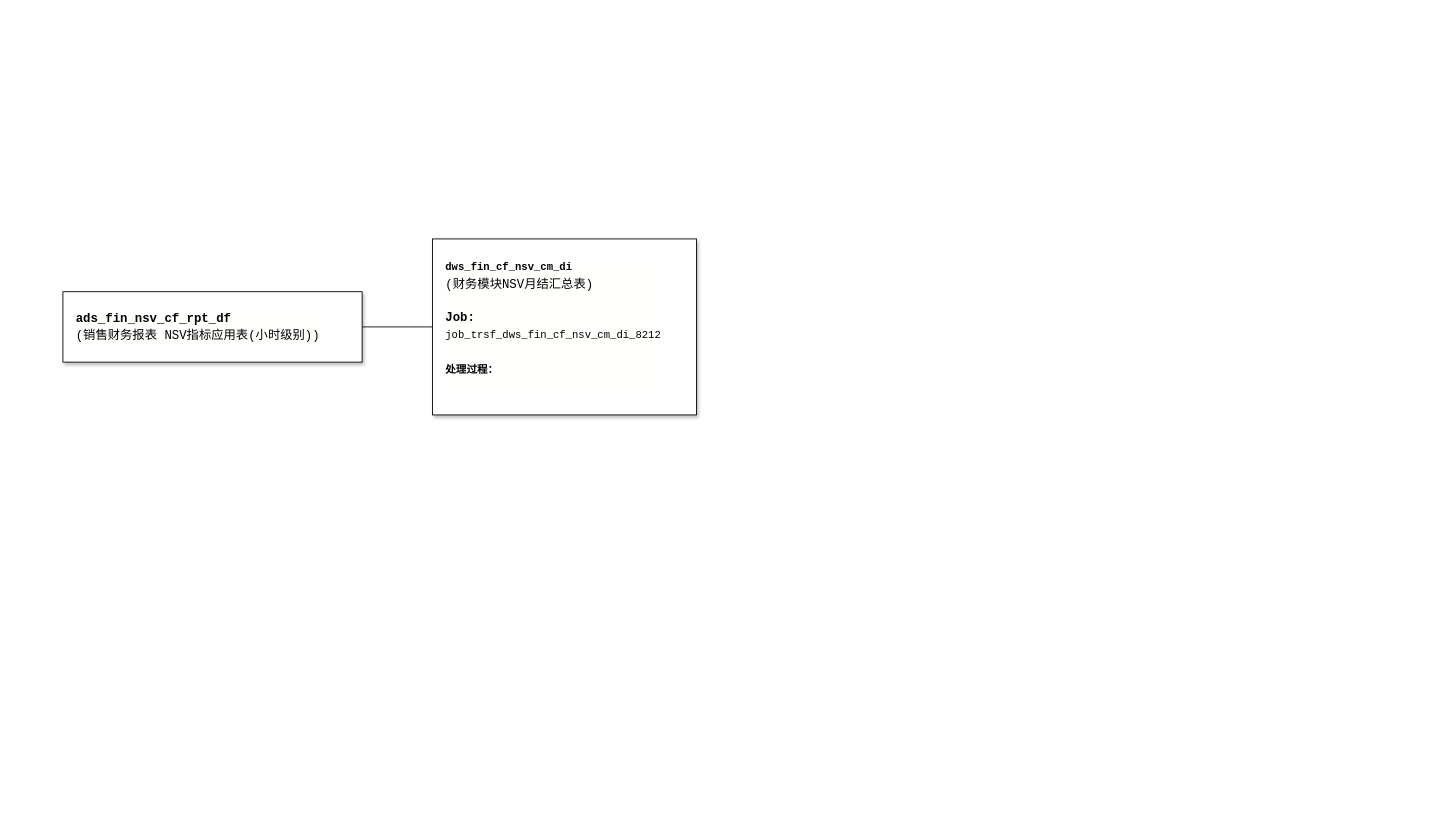
This is vitasoy-fin-nsv.drawio from fsJerryChan/fsJerryChan, a draw.io file, before an edit. Source tidied: cells renumbered, new cells numbered last; positions are measured from the earlier drawing's top-left corner, leaving out a move shared by most shapes. Both pictures are drawn from the tidied source at 88%, with x=0, y=0 at pixel (62, 238).
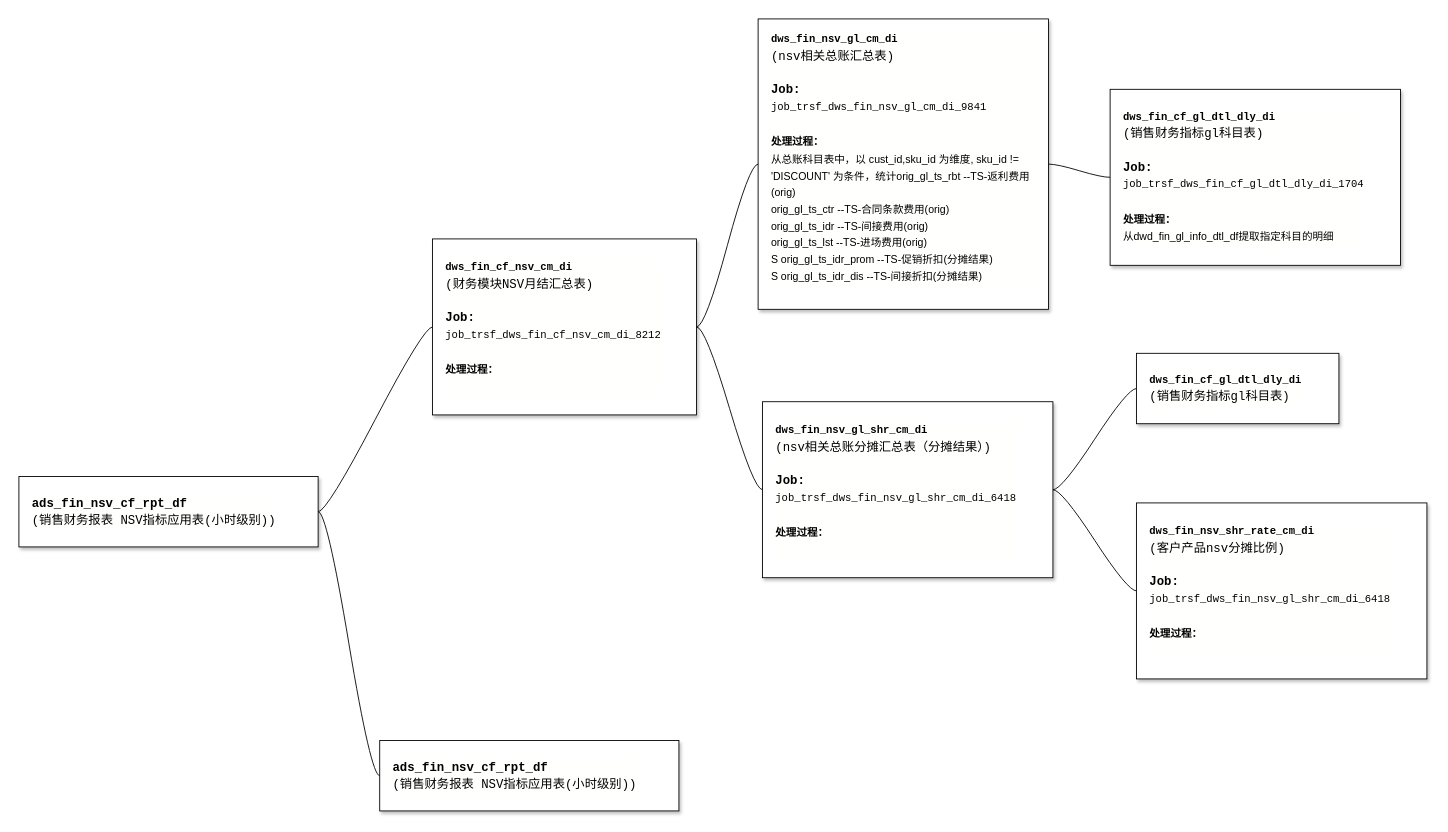
The same page after the edit.

What changed in the source:
```diff
@@
 <mxGraphModel>
   <root>
     <mxCell id="0" />
     <mxCell id="1" parent="0" />
     <mxCell id="2" style="edgeStyle=entityRelationEdgeStyle;rounded=0;jettySize=auto;html=1;startArrow=none;endArrow=none;segment=10;curved=1;sourcePerimeterSpacing=0;targetPerimeterSpacing=0;" parent="1" edge="1" source="3" target="4">
       <mxGeometry relative="1" as="geometry" />
     </mxCell>
+    <mxCell id="5" style="edgeStyle=entityRelationEdgeStyle;rounded=0;jettySize=auto;html=1;startArrow=none;endArrow=none;segment=10;curved=1;sourcePerimeterSpacing=0;targetPerimeterSpacing=0;" parent="1" edge="1" source="3" target="11">
+      <mxGeometry relative="1" as="geometry" />
+    </mxCell>
     <mxCell id="3" value="&lt;div style=&quot;background-color: rgb(255, 255, 254); font-family: Consolas, &amp;quot;Courier New&amp;quot;, monospace; font-size: 14px; line-height: 19px;&quot;&gt;&lt;b&gt;ads_fin_nsv_cf_rpt_df&lt;/b&gt;&lt;/div&gt;&lt;div style=&quot;background-color: rgb(255, 255, 254); font-family: Consolas, &amp;quot;Courier New&amp;quot;, monospace; font-size: 14px; line-height: 19px;&quot;&gt;(销售财务报表 NSV指标应用表(小时级别))&lt;/div&gt;" style="whiteSpace=wrap;html=1;rounded=0;arcSize=50;align=left;verticalAlign=middle;strokeWidth=1;spacing=15;newEdgeStyle={&quot;edgeStyle&quot;:&quot;entityRelationEdgeStyle&quot;,&quot;startArrow&quot;:&quot;none&quot;,&quot;endArrow&quot;:&quot;none&quot;,&quot;segment&quot;:10,&quot;curved&quot;:1,&quot;sourcePerimeterSpacing&quot;:0,&quot;targetPerimeterSpacing&quot;:0};shadow=1;" parent="1" vertex="1">
-      <mxGeometry y="60" width="340" height="80" as="geometry" />
+      <mxGeometry x="-50" y="270" width="340" height="80" as="geometry" />
     </mxCell>
+    <mxCell id="6" style="edgeStyle=entityRelationEdgeStyle;rounded=0;jettySize=auto;html=1;startArrow=none;endArrow=none;segment=10;curved=1;sourcePerimeterSpacing=0;targetPerimeterSpacing=0;" parent="1" edge="1" source="4" target="9">
+      <mxGeometry relative="1" as="geometry" />
+    </mxCell>
+    <mxCell id="7" style="edgeStyle=entityRelationEdgeStyle;rounded=0;jettySize=auto;html=1;startArrow=none;endArrow=none;segment=10;curved=1;sourcePerimeterSpacing=0;targetPerimeterSpacing=0;" parent="1" edge="1" source="4" target="14">
+      <mxGeometry relative="1" as="geometry" />
+    </mxCell>
     <mxCell id="4" value="&lt;div style=&quot;background-color: rgb(255, 255, 254); line-height: 19px;&quot;&gt;&lt;font face=&quot;Consolas, Courier New, monospace&quot;&gt;&lt;b&gt;dws_fin_cf_nsv_cm_di&lt;/b&gt;&lt;/font&gt;&lt;br&gt;&lt;/div&gt;&lt;div style=&quot;background-color: rgb(255, 255, 254); font-family: Consolas, &amp;quot;Courier New&amp;quot;, monospace; font-size: 14px; line-height: 19px;&quot;&gt;(财务模块NSV月结汇总表)&lt;/div&gt;&lt;div style=&quot;background-color: rgb(255, 255, 254); font-family: Consolas, &amp;quot;Courier New&amp;quot;, monospace; font-size: 14px; line-height: 19px;&quot;&gt;&lt;br&gt;&lt;/div&gt;&lt;div style=&quot;background-color: rgb(255, 255, 254); font-family: Consolas, &amp;quot;Courier New&amp;quot;, monospace; font-size: 14px; line-height: 19px;&quot;&gt;&lt;b&gt;Job:&lt;/b&gt;&lt;/div&gt;&lt;div style=&quot;background-color: rgb(255, 255, 254); line-height: 19px;&quot;&gt;&lt;font face=&quot;Consolas, Courier New, monospace&quot;&gt;job_trsf_dws_fin_cf_nsv_cm_di_8212&lt;/font&gt;&lt;br&gt;&lt;/div&gt;&lt;div style=&quot;background-color: rgb(255, 255, 254); line-height: 19px;&quot;&gt;&lt;font face=&quot;Consolas, Courier New, monospace&quot;&gt;&lt;br&gt;&lt;/font&gt;&lt;/div&gt;&lt;div style=&quot;background-color: rgb(255, 255, 254); line-height: 19px;&quot;&gt;&lt;font face=&quot;Consolas, Courier New, monospace&quot;&gt;&lt;b&gt;处理过程：&lt;/b&gt;&lt;/font&gt;&lt;/div&gt;&lt;div style=&quot;background-color: rgb(255, 255, 254); line-height: 19px;&quot;&gt;&lt;br&gt;&lt;/div&gt;" style="whiteSpace=wrap;html=1;rounded=0;arcSize=50;align=left;verticalAlign=middle;strokeWidth=1;spacing=15;newEdgeStyle={&quot;edgeStyle&quot;:&quot;entityRelationEdgeStyle&quot;,&quot;startArrow&quot;:&quot;none&quot;,&quot;endArrow&quot;:&quot;none&quot;,&quot;segment&quot;:10,&quot;curved&quot;:1,&quot;sourcePerimeterSpacing&quot;:0,&quot;targetPerimeterSpacing&quot;:0};shadow=1;" parent="1" vertex="1">
       <mxGeometry x="420" width="300" height="200" as="geometry" />
     </mxCell>
+    <mxCell id="8" style="edgeStyle=entityRelationEdgeStyle;rounded=0;jettySize=auto;html=1;startArrow=none;endArrow=none;segment=10;curved=1;sourcePerimeterSpacing=0;targetPerimeterSpacing=0;" parent="1" edge="1" source="9" target="10">
+      <mxGeometry relative="1" as="geometry" />
+    </mxCell>
+    <mxCell id="9" value="&lt;div style=&quot;background-color: rgb(255, 255, 254); line-height: 19px;&quot;&gt;&lt;font face=&quot;Consolas, Courier New, monospace&quot;&gt;&lt;b&gt;dws_fin_nsv_gl_cm_di&lt;/b&gt;&lt;/font&gt;&lt;br&gt;&lt;/div&gt;&lt;div style=&quot;background-color: rgb(255, 255, 254); font-family: Consolas, &amp;quot;Courier New&amp;quot;, monospace; font-size: 14px; line-height: 19px;&quot;&gt;(nsv相关总账汇总表)&lt;/div&gt;&lt;div style=&quot;background-color: rgb(255, 255, 254); font-family: Consolas, &amp;quot;Courier New&amp;quot;, monospace; font-size: 14px; line-height: 19px;&quot;&gt;&lt;br&gt;&lt;/div&gt;&lt;div style=&quot;background-color: rgb(255, 255, 254); font-family: Consolas, &amp;quot;Courier New&amp;quot;, monospace; font-size: 14px; line-height: 19px;&quot;&gt;&lt;b&gt;Job:&lt;/b&gt;&lt;/div&gt;&lt;div style=&quot;background-color: rgb(255, 255, 254); line-height: 19px;&quot;&gt;&lt;font face=&quot;Consolas, Courier New, monospace&quot;&gt;job_trsf_dws_fin_nsv_gl_cm_di_9841&lt;/font&gt;&lt;br&gt;&lt;/div&gt;&lt;div style=&quot;background-color: rgb(255, 255, 254); line-height: 19px;&quot;&gt;&lt;font face=&quot;Consolas, Courier New, monospace&quot;&gt;&lt;br&gt;&lt;/font&gt;&lt;/div&gt;&lt;div style=&quot;background-color: rgb(255, 255, 254); line-height: 19px;&quot;&gt;&lt;font face=&quot;Consolas, Courier New, monospace&quot;&gt;&lt;b&gt;处理过程：&lt;/b&gt;&lt;/font&gt;&lt;/div&gt;&lt;div style=&quot;background-color: rgb(255, 255, 254); line-height: 19px;&quot;&gt;从总账科目表中，以 cust_id,sku_id 为维度, sku_id != 'DISCOUNT' 为条件，统计orig_gl_ts_rbt --TS-返利费用(orig)&lt;/div&gt;&lt;div style=&quot;background-color: rgb(255, 255, 254); line-height: 19px;&quot;&gt;orig_gl_ts_ctr --TS-合同条款费用(orig)&lt;/div&gt;&lt;div style=&quot;background-color: rgb(255, 255, 254); line-height: 19px;&quot;&gt;orig_gl_ts_idr --TS-间接费用(orig)&lt;/div&gt;&lt;div style=&quot;background-color: rgb(255, 255, 254); line-height: 19px;&quot;&gt;orig_gl_ts_lst --TS-进场费用(orig)&lt;/div&gt;&lt;div style=&quot;background-color: rgb(255, 255, 254); line-height: 19px;&quot;&gt;S orig_gl_ts_idr_prom --TS-促销折扣(分摊结果)&lt;/div&gt;&lt;div style=&quot;background-color: rgb(255, 255, 254); line-height: 19px;&quot;&gt;S orig_gl_ts_idr_dis --TS-间接折扣(分摊结果)&lt;/div&gt;&lt;div&gt;&lt;br&gt;&lt;/div&gt;" style="whiteSpace=wrap;html=1;rounded=0;arcSize=50;align=left;verticalAlign=middle;strokeWidth=1;spacing=15;newEdgeStyle={&quot;edgeStyle&quot;:&quot;entityRelationEdgeStyle&quot;,&quot;startArrow&quot;:&quot;none&quot;,&quot;endArrow&quot;:&quot;none&quot;,&quot;segment&quot;:10,&quot;curved&quot;:1,&quot;sourcePerimeterSpacing&quot;:0,&quot;targetPerimeterSpacing&quot;:0};shadow=1;" parent="1" vertex="1">
+      <mxGeometry x="790" y="-250" width="330" height="330" as="geometry" />
+    </mxCell>
+    <mxCell id="10" value="&lt;div style=&quot;background-color: rgb(255, 255, 254); line-height: 19px;&quot;&gt;&lt;font face=&quot;Consolas, Courier New, monospace&quot;&gt;&lt;b&gt;dws_fin_cf_gl_dtl_dly_di&lt;/b&gt;&lt;/font&gt;&lt;br&gt;&lt;/div&gt;&lt;div style=&quot;background-color: rgb(255, 255, 254); font-family: Consolas, &amp;quot;Courier New&amp;quot;, monospace; font-size: 14px; line-height: 19px;&quot;&gt;(销售财务指标gl科目表)&lt;/div&gt;&lt;div style=&quot;background-color: rgb(255, 255, 254); font-family: Consolas, &amp;quot;Courier New&amp;quot;, monospace; font-size: 14px; line-height: 19px;&quot;&gt;&lt;br&gt;&lt;/div&gt;&lt;div style=&quot;background-color: rgb(255, 255, 254); font-family: Consolas, &amp;quot;Courier New&amp;quot;, monospace; font-size: 14px; line-height: 19px;&quot;&gt;&lt;b&gt;Job:&lt;/b&gt;&lt;/div&gt;&lt;div style=&quot;background-color: rgb(255, 255, 254); line-height: 19px;&quot;&gt;&lt;font face=&quot;Consolas, Courier New, monospace&quot;&gt;job_trsf_dws_fin_cf_gl_dtl_dly_di_1704&lt;/font&gt;&lt;br&gt;&lt;/div&gt;&lt;div style=&quot;background-color: rgb(255, 255, 254); line-height: 19px;&quot;&gt;&lt;font face=&quot;Consolas, Courier New, monospace&quot;&gt;&lt;br&gt;&lt;/font&gt;&lt;/div&gt;&lt;div style=&quot;background-color: rgb(255, 255, 254); line-height: 19px;&quot;&gt;&lt;font face=&quot;Consolas, Courier New, monospace&quot;&gt;&lt;b&gt;处理过程：&lt;/b&gt;&lt;/font&gt;&lt;/div&gt;&lt;div style=&quot;background-color: rgb(255, 255, 254); line-height: 19px;&quot;&gt;&lt;font face=&quot;Consolas, Courier New, monospace&quot;&gt;从&lt;/font&gt;dwd_fin_gl_info_dtl_df提取指定科目的明细&lt;/div&gt;" style="whiteSpace=wrap;html=1;rounded=0;arcSize=50;align=left;verticalAlign=middle;strokeWidth=1;spacing=15;newEdgeStyle={&quot;edgeStyle&quot;:&quot;entityRelationEdgeStyle&quot;,&quot;startArrow&quot;:&quot;none&quot;,&quot;endArrow&quot;:&quot;none&quot;,&quot;segment&quot;:10,&quot;curved&quot;:1,&quot;sourcePerimeterSpacing&quot;:0,&quot;targetPerimeterSpacing&quot;:0};shadow=1;" parent="1" vertex="1">
+      <mxGeometry x="1190" y="-170" width="330" height="200" as="geometry" />
+    </mxCell>
+    <mxCell id="11" value="&lt;div style=&quot;background-color: rgb(255, 255, 254); font-family: Consolas, &amp;quot;Courier New&amp;quot;, monospace; font-size: 14px; line-height: 19px;&quot;&gt;&lt;b&gt;ads_fin_nsv_cf_rpt_df&lt;/b&gt;&lt;/div&gt;&lt;div style=&quot;background-color: rgb(255, 255, 254); font-family: Consolas, &amp;quot;Courier New&amp;quot;, monospace; font-size: 14px; line-height: 19px;&quot;&gt;(销售财务报表 NSV指标应用表(小时级别))&lt;/div&gt;" style="whiteSpace=wrap;html=1;rounded=0;arcSize=50;align=left;verticalAlign=middle;strokeWidth=1;spacing=15;newEdgeStyle={&quot;edgeStyle&quot;:&quot;entityRelationEdgeStyle&quot;,&quot;startArrow&quot;:&quot;none&quot;,&quot;endArrow&quot;:&quot;none&quot;,&quot;segment&quot;:10,&quot;curved&quot;:1,&quot;sourcePerimeterSpacing&quot;:0,&quot;targetPerimeterSpacing&quot;:0};shadow=1;" parent="1" vertex="1">
+      <mxGeometry x="360" y="570" width="340" height="80" as="geometry" />
+    </mxCell>
+    <mxCell id="12" style="edgeStyle=entityRelationEdgeStyle;rounded=0;jettySize=auto;html=1;startArrow=none;endArrow=none;segment=10;curved=1;sourcePerimeterSpacing=0;targetPerimeterSpacing=0;" parent="1" edge="1" source="14" target="15">
+      <mxGeometry relative="1" as="geometry" />
+    </mxCell>
+    <mxCell id="13" style="edgeStyle=entityRelationEdgeStyle;rounded=0;jettySize=auto;html=1;startArrow=none;endArrow=none;segment=10;curved=1;sourcePerimeterSpacing=0;targetPerimeterSpacing=0;" parent="1" edge="1" source="14" target="16">
+      <mxGeometry relative="1" as="geometry" />
+    </mxCell>
+    <mxCell id="14" value="&lt;div style=&quot;background-color: rgb(255, 255, 254); line-height: 19px;&quot;&gt;&lt;font face=&quot;Consolas, Courier New, monospace&quot;&gt;&lt;b&gt;dws_fin_nsv_gl_shr_cm_di&lt;/b&gt;&lt;/font&gt;&lt;br&gt;&lt;/div&gt;&lt;div style=&quot;background-color: rgb(255, 255, 254); font-family: Consolas, &amp;quot;Courier New&amp;quot;, monospace; font-size: 14px; line-height: 19px;&quot;&gt;(nsv相关总账分摊汇总表（分摊结果）)&lt;/div&gt;&lt;div style=&quot;background-color: rgb(255, 255, 254); font-family: Consolas, &amp;quot;Courier New&amp;quot;, monospace; font-size: 14px; line-height: 19px;&quot;&gt;&lt;br&gt;&lt;/div&gt;&lt;div style=&quot;background-color: rgb(255, 255, 254); font-family: Consolas, &amp;quot;Courier New&amp;quot;, monospace; font-size: 14px; line-height: 19px;&quot;&gt;&lt;b&gt;Job:&lt;/b&gt;&lt;/div&gt;&lt;div style=&quot;background-color: rgb(255, 255, 254); line-height: 19px;&quot;&gt;&lt;font face=&quot;Consolas, Courier New, monospace&quot;&gt;job_trsf_dws_fin_nsv_gl_shr_cm_di_6418&lt;/font&gt;&lt;br&gt;&lt;/div&gt;&lt;div style=&quot;background-color: rgb(255, 255, 254); line-height: 19px;&quot;&gt;&lt;font face=&quot;Consolas, Courier New, monospace&quot;&gt;&lt;br&gt;&lt;/font&gt;&lt;/div&gt;&lt;div style=&quot;background-color: rgb(255, 255, 254); line-height: 19px;&quot;&gt;&lt;font face=&quot;Consolas, Courier New, monospace&quot;&gt;&lt;b&gt;处理过程：&lt;/b&gt;&lt;/font&gt;&lt;/div&gt;&lt;div style=&quot;background-color: rgb(255, 255, 254); line-height: 19px;&quot;&gt;&lt;br&gt;&lt;/div&gt;" style="whiteSpace=wrap;html=1;rounded=0;arcSize=50;align=left;verticalAlign=middle;strokeWidth=1;spacing=15;newEdgeStyle={&quot;edgeStyle&quot;:&quot;entityRelationEdgeStyle&quot;,&quot;startArrow&quot;:&quot;none&quot;,&quot;endArrow&quot;:&quot;none&quot;,&quot;segment&quot;:10,&quot;curved&quot;:1,&quot;sourcePerimeterSpacing&quot;:0,&quot;targetPerimeterSpacing&quot;:0};shadow=1;" parent="1" vertex="1">
+      <mxGeometry x="795" y="185" width="330" height="200" as="geometry" />
+    </mxCell>
+    <mxCell id="15" value="&lt;div style=&quot;background-color: rgb(255, 255, 254); line-height: 19px;&quot;&gt;&lt;div style=&quot;font-family: Consolas, &amp;quot;Courier New&amp;quot;, monospace; font-size: 14px; line-height: 19px;&quot;&gt;&lt;div style=&quot;border-color: var(--border-color); font-family: Helvetica; font-size: 12px; line-height: 19px;&quot;&gt;&lt;font style=&quot;border-color: var(--border-color);&quot; face=&quot;Consolas, Courier New, monospace&quot;&gt;&lt;b style=&quot;border-color: var(--border-color);&quot;&gt;dws_fin_cf_gl_dtl_dly_di&lt;/b&gt;&lt;/font&gt;&lt;br style=&quot;border-color: var(--border-color);&quot;&gt;&lt;/div&gt;&lt;div style=&quot;border-color: var(--border-color); line-height: 19px;&quot;&gt;(销售财务指标gl科目表)&lt;/div&gt;&lt;/div&gt;&lt;/div&gt;" style="whiteSpace=wrap;html=1;rounded=0;arcSize=50;align=left;verticalAlign=middle;strokeWidth=1;spacing=15;newEdgeStyle={&quot;edgeStyle&quot;:&quot;entityRelationEdgeStyle&quot;,&quot;startArrow&quot;:&quot;none&quot;,&quot;endArrow&quot;:&quot;none&quot;,&quot;segment&quot;:10,&quot;curved&quot;:1,&quot;sourcePerimeterSpacing&quot;:0,&quot;targetPerimeterSpacing&quot;:0};shadow=1;" parent="1" vertex="1">
+      <mxGeometry x="1220" y="130" width="230" height="80" as="geometry" />
+    </mxCell>
+    <mxCell id="16" value="&lt;div style=&quot;background-color: rgb(255, 255, 254); line-height: 19px;&quot;&gt;&lt;font face=&quot;Consolas, Courier New, monospace&quot;&gt;&lt;b&gt;dws_fin_nsv_shr_rate_cm_di&lt;/b&gt;&lt;/font&gt;&lt;br&gt;&lt;/div&gt;&lt;div style=&quot;background-color: rgb(255, 255, 254); font-family: Consolas, &amp;quot;Courier New&amp;quot;, monospace; font-size: 14px; line-height: 19px;&quot;&gt;(客户产品nsv分摊比例)&lt;/div&gt;&lt;div style=&quot;background-color: rgb(255, 255, 254); font-family: Consolas, &amp;quot;Courier New&amp;quot;, monospace; font-size: 14px; line-height: 19px;&quot;&gt;&lt;br&gt;&lt;/div&gt;&lt;div style=&quot;background-color: rgb(255, 255, 254); font-family: Consolas, &amp;quot;Courier New&amp;quot;, monospace; font-size: 14px; line-height: 19px;&quot;&gt;&lt;b&gt;Job:&lt;/b&gt;&lt;/div&gt;&lt;div style=&quot;background-color: rgb(255, 255, 254); line-height: 19px;&quot;&gt;&lt;font face=&quot;Consolas, Courier New, monospace&quot;&gt;job_trsf_dws_fin_nsv_gl_shr_cm_di_6418&lt;/font&gt;&lt;br&gt;&lt;/div&gt;&lt;div style=&quot;background-color: rgb(255, 255, 254); line-height: 19px;&quot;&gt;&lt;font face=&quot;Consolas, Courier New, monospace&quot;&gt;&lt;br&gt;&lt;/font&gt;&lt;/div&gt;&lt;div style=&quot;background-color: rgb(255, 255, 254); line-height: 19px;&quot;&gt;&lt;font face=&quot;Consolas, Courier New, monospace&quot;&gt;&lt;b&gt;处理过程：&lt;/b&gt;&lt;/font&gt;&lt;/div&gt;&lt;div style=&quot;background-color: rgb(255, 255, 254); line-height: 19px;&quot;&gt;&lt;br&gt;&lt;/div&gt;" style="whiteSpace=wrap;html=1;rounded=0;arcSize=50;align=left;verticalAlign=middle;strokeWidth=1;spacing=15;newEdgeStyle={&quot;edgeStyle&quot;:&quot;entityRelationEdgeStyle&quot;,&quot;startArrow&quot;:&quot;none&quot;,&quot;endArrow&quot;:&quot;none&quot;,&quot;segment&quot;:10,&quot;curved&quot;:1,&quot;sourcePerimeterSpacing&quot;:0,&quot;targetPerimeterSpacing&quot;:0};shadow=1;" parent="1" vertex="1">
+      <mxGeometry x="1220" y="300" width="330" height="200" as="geometry" />
+    </mxCell>
   </root>
 </mxGraphModel>
```
